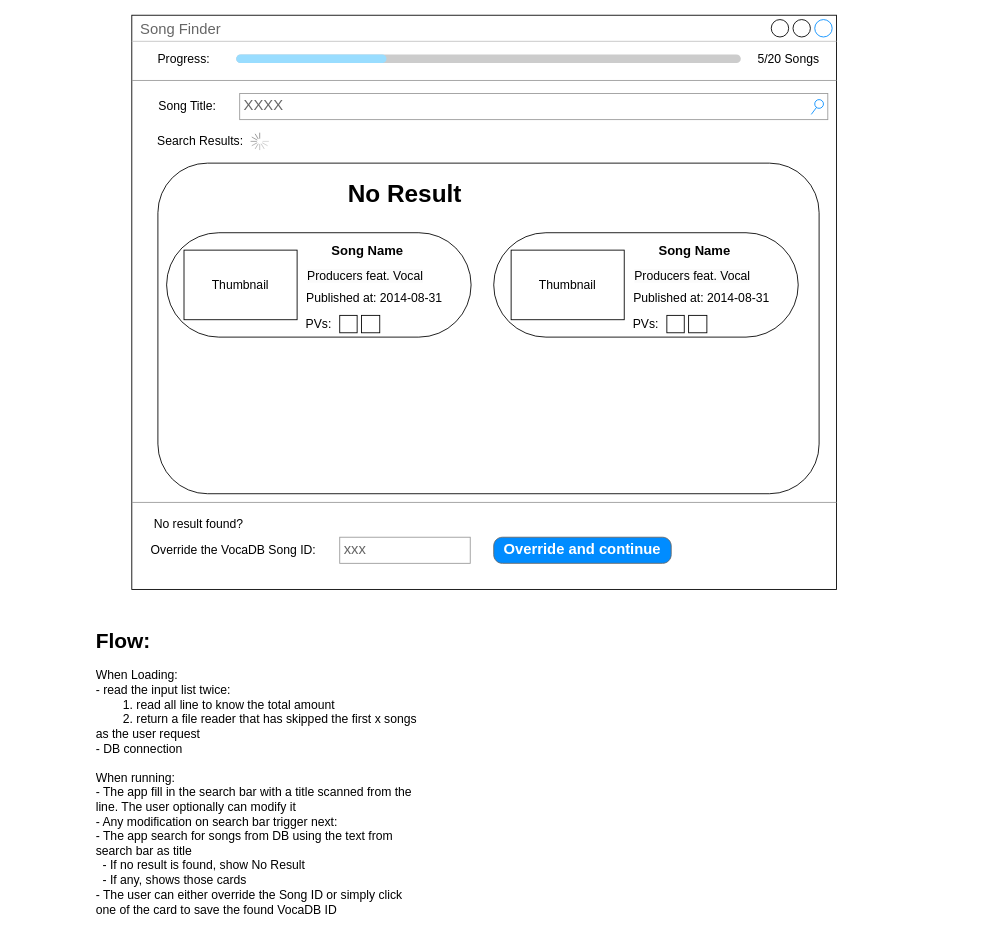
Before: doc/Mock UI.drawio in CXwudi/song-finder-vocadb, a draw.io diagram. Source tidied: cells renumbered, new cells numbered last; positions are measured from the earlier drawing's top-left corner, leaving out a move shared by most shapes. Both pictures are drawn from the tidied source at 87%, with x=0, y=0 at pixel (91, 15).
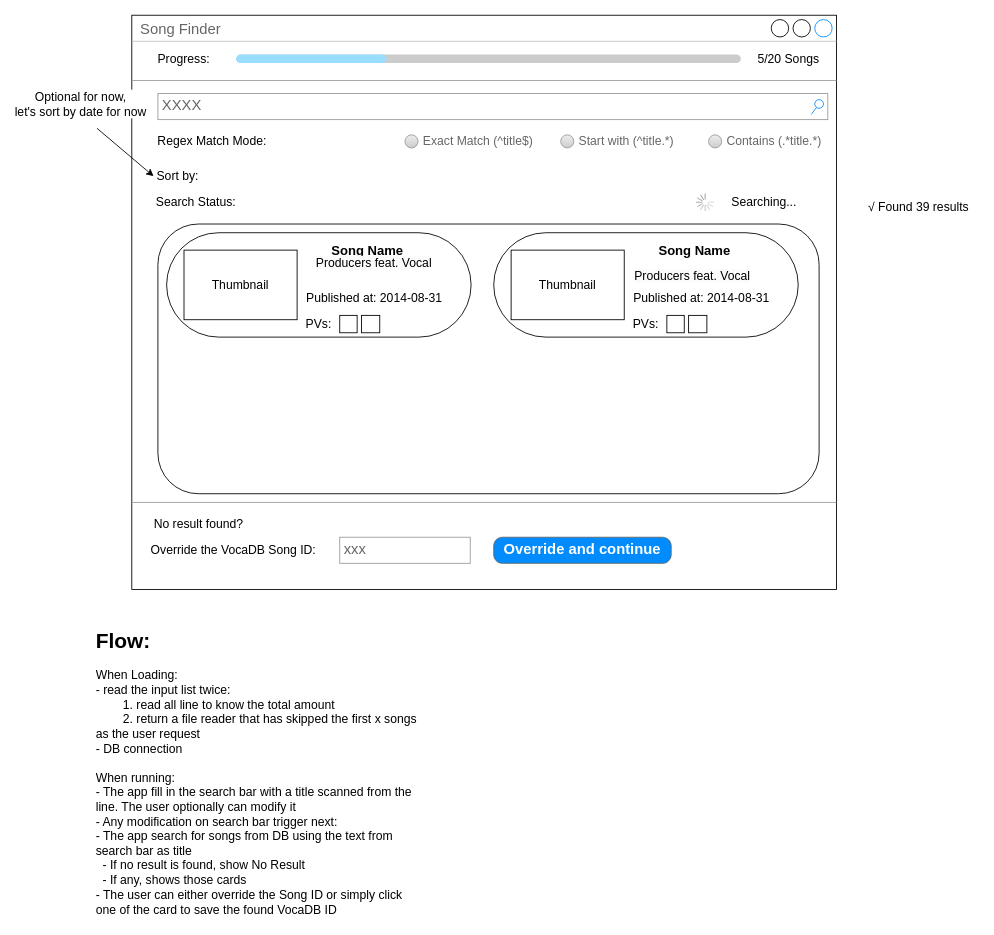
The same diagram, later.

Commit message:
:sparkles: Updated Sketch flow for Song Finder UI with search mode options

Updated the UI document 'Mock UI.drawio'. The design of several important components has been changed to improve visibility and functionality. Furthermore, introduced three search mode options for the user to choose from - 'Exact Match', 'Start with' and 'Contains'. This ensures a more flexible searching approach for users.

The edit, as a diff of the source:
```diff
@@
-    <mxCell id="5" value="Song Title:" style="text;html=1;strokeColor=none;fillColor=none;align=center;verticalAlign=middle;whiteSpace=wrap;rounded=0;fontSize=14;fontFamily=Helvetica;fontColor=default;" parent="1" vertex="1">
-      <mxGeometry x="70" y="90" width="80" height="30" as="geometry" />
-    </mxCell>
     <mxCell id="6" value="XXXX" style="strokeWidth=1;shadow=0;dashed=0;align=center;html=1;shape=mxgraph.mockup.forms.searchBox;strokeColor=#999999;mainText=;strokeColor2=#008cff;fontColor=#666666;fontSize=17;align=left;spacingLeft=3;whiteSpace=wrap;rounded=0;fontFamily=Helvetica;fillColor=none;gradientColor=none;" parent="1" vertex="1">
-      <mxGeometry x="170" y="90" width="676" height="30" as="geometry" />
+      <mxGeometry x="76" y="90" width="770" height="30" as="geometry" />
     </mxCell>
@@
-    <mxCell id="8" value="Search Results:" style="text;html=1;strokeColor=none;fillColor=none;align=center;verticalAlign=middle;whiteSpace=wrap;rounded=0;fontSize=14;fontFamily=Helvetica;fontColor=default;" parent="1" vertex="1">
-      <mxGeometry x="60" y="130" width="130" height="30" as="geometry" />
+    <mxCell id="8" value="Search Status:" style="text;html=1;strokeColor=none;fillColor=none;align=center;verticalAlign=middle;whiteSpace=wrap;rounded=0;fontSize=14;fontFamily=Helvetica;fontColor=default;" parent="1" vertex="1">
+      <mxGeometry x="56.5" y="200" width="126" height="30" as="geometry" />
     </mxCell>
@@
     <mxCell id="10" style="rounded=1;whiteSpace=wrap;html=1;fontFamily=Helvetica;fontSize=14;fontColor=default;fillColor=none;gradientColor=none;" parent="1" vertex="1">
-      <mxGeometry x="76" y="170" width="760" height="380" as="geometry" />
+      <mxGeometry x="76" y="240" width="760" height="310" as="geometry" />
     </mxCell>
@@
-    <mxCell id="22" value="&lt;h1&gt;No Result&lt;/h1&gt;" style="text;html=1;strokeColor=none;fillColor=none;align=center;verticalAlign=middle;whiteSpace=wrap;rounded=0;fontSize=14;fontFamily=Helvetica;fontColor=default;" parent="1" vertex="1">
-      <mxGeometry x="225" y="180" width="270" height="50" as="geometry" />
-    </mxCell>
     <mxCell id="23" value="&lt;span style=&quot;color: rgb(0, 0, 0); font-family: Helvetica; font-size: 14px; font-style: normal; font-variant-ligatures: normal; font-variant-caps: normal; font-weight: 400; letter-spacing: normal; orphans: 2; text-align: center; text-indent: 0px; text-transform: none; widows: 2; word-spacing: 0px; -webkit-text-stroke-width: 0px; background-color: rgb(251, 251, 251); text-decoration-thickness: initial; text-decoration-style: initial; text-decoration-color: initial; float: none; display: inline !important;&quot;&gt;Producers feat. Vocal&lt;/span&gt;" style="text;whiteSpace=wrap;html=1;fontSize=14;" parent="1" vertex="1">
-      <mxGeometry x="246" y="285" width="170" height="40" as="geometry" />
+      <mxGeometry x="256" y="270" width="170" height="40" as="geometry" />
     </mxCell>
@@
     <mxCell id="34" style="verticalLabelPosition=bottom;shadow=0;dashed=0;align=center;html=1;verticalAlign=top;strokeWidth=1;shape=mxgraph.mockup.misc.loading_circle_2;" parent="1" vertex="1">
-      <mxGeometry x="182.5" y="135" width="21" height="20" as="geometry" />
+      <mxGeometry x="694.5" y="205" width="21" height="20" as="geometry" />
     </mxCell>
+    <mxCell id="35" value="√ Found 39 results" style="text;html=1;align=center;verticalAlign=middle;strokeColor=none;fillColor=none;fontSize=14;" parent="1" vertex="1">
+      <mxGeometry x="880" y="205" width="140" height="30" as="geometry" />
+    </mxCell>
+    <mxCell id="36" value="Regex Match Mode:" style="text;html=1;strokeColor=none;fillColor=none;align=center;verticalAlign=middle;whiteSpace=wrap;rounded=0;fontSize=14;fontFamily=Helvetica;fontColor=default;" parent="1" vertex="1">
+      <mxGeometry x="71" y="130" width="135" height="30" as="geometry" />
+    </mxCell>
+    <mxCell id="37" value="&lt;font style=&quot;font-size: 14px;&quot;&gt;Exact Match (^title$)&lt;/font&gt;" style="shape=ellipse;fillColor=#eeeeee;strokeColor=#999999;gradientColor=#cccccc;html=1;align=left;spacingLeft=4;fontSize=14;fontColor=#666666;labelPosition=right;shadow=0;rounded=0;verticalAlign=middle;fontFamily=Helvetica;" parent="1" vertex="1">
+      <mxGeometry x="360" y="137.5" width="15" height="15" as="geometry" />
+    </mxCell>
+    <mxCell id="38" value="&lt;font style=&quot;font-size: 14px;&quot;&gt;Start with (^title.*)&lt;/font&gt;" style="shape=ellipse;fillColor=#eeeeee;strokeColor=#999999;gradientColor=#cccccc;html=1;align=left;spacingLeft=4;fontSize=14;fontColor=#666666;labelPosition=right;shadow=0;rounded=0;verticalAlign=middle;fontFamily=Helvetica;" parent="1" vertex="1">
+      <mxGeometry x="539" y="137.5" width="15" height="15" as="geometry" />
+    </mxCell>
+    <mxCell id="39" value="&lt;font style=&quot;font-size: 14px;&quot;&gt;Contains (.*title.*)&lt;/font&gt;" style="shape=ellipse;fillColor=#eeeeee;strokeColor=#999999;gradientColor=#cccccc;html=1;align=left;spacingLeft=4;fontSize=14;fontColor=#666666;labelPosition=right;shadow=0;rounded=0;verticalAlign=middle;fontFamily=Helvetica;" parent="1" vertex="1">
+      <mxGeometry x="709" y="137.5" width="15" height="15" as="geometry" />
+    </mxCell>
+    <mxCell id="40" value="Sort by:" style="text;html=1;strokeColor=none;fillColor=none;align=center;verticalAlign=middle;whiteSpace=wrap;rounded=0;fontSize=14;fontFamily=Helvetica;fontColor=default;" parent="1" vertex="1">
+      <mxGeometry x="71" y="170" width="56" height="30" as="geometry" />
+    </mxCell>
+    <mxCell id="41" value="Searching..." style="text;html=1;strokeColor=none;fillColor=none;align=center;verticalAlign=middle;whiteSpace=wrap;rounded=0;fontSize=14;fontFamily=Helvetica;fontColor=default;" parent="1" vertex="1">
+      <mxGeometry x="710" y="200" width="126" height="30" as="geometry" />
+    </mxCell>
+    <mxCell id="42" style="endArrow=classic;html=1;rounded=0;fontFamily=Helvetica;fontSize=14;fontColor=default;entryX=0;entryY=0.5;entryDx=0;entryDy=0;" parent="1" edge="1" target="40">
+      <mxGeometry relative="1" as="geometry">
+        <mxPoint x="6" y="130" as="sourcePoint" />
+      </mxGeometry>
+    </mxCell>
+    <mxCell id="43" value="Optional for now,&lt;br&gt;let's sort by date for now" style="edgeLabel;html=1;align=center;verticalAlign=middle;fontSize=14;fontFamily=Helvetica;fontColor=default;" parent="42" vertex="1">
+      <mxGeometry x="-0.58" y="-1" relative="1" as="geometry">
+        <mxPoint x="-33" y="-41" as="offset" />
+      </mxGeometry>
+    </mxCell>
```
